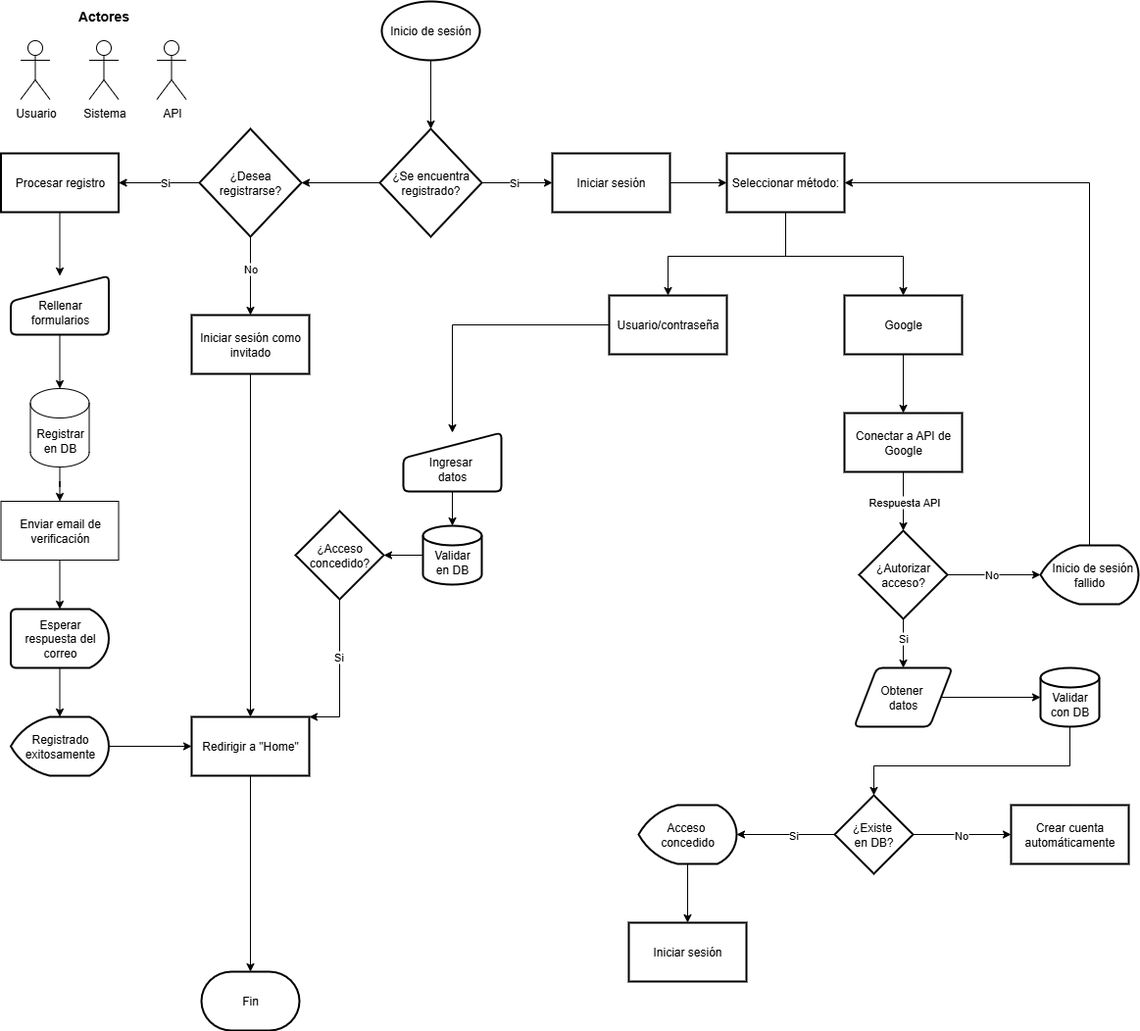
Earlier version of the draw.io export Flujograma de registro e inicio de sesión.png (DjGuetta/App-Hotel-Management). Source tidied: cells renumbered, new cells last; positions are measured from the earlier drawing's top-left corner, leaving out a move shared by most shapes.
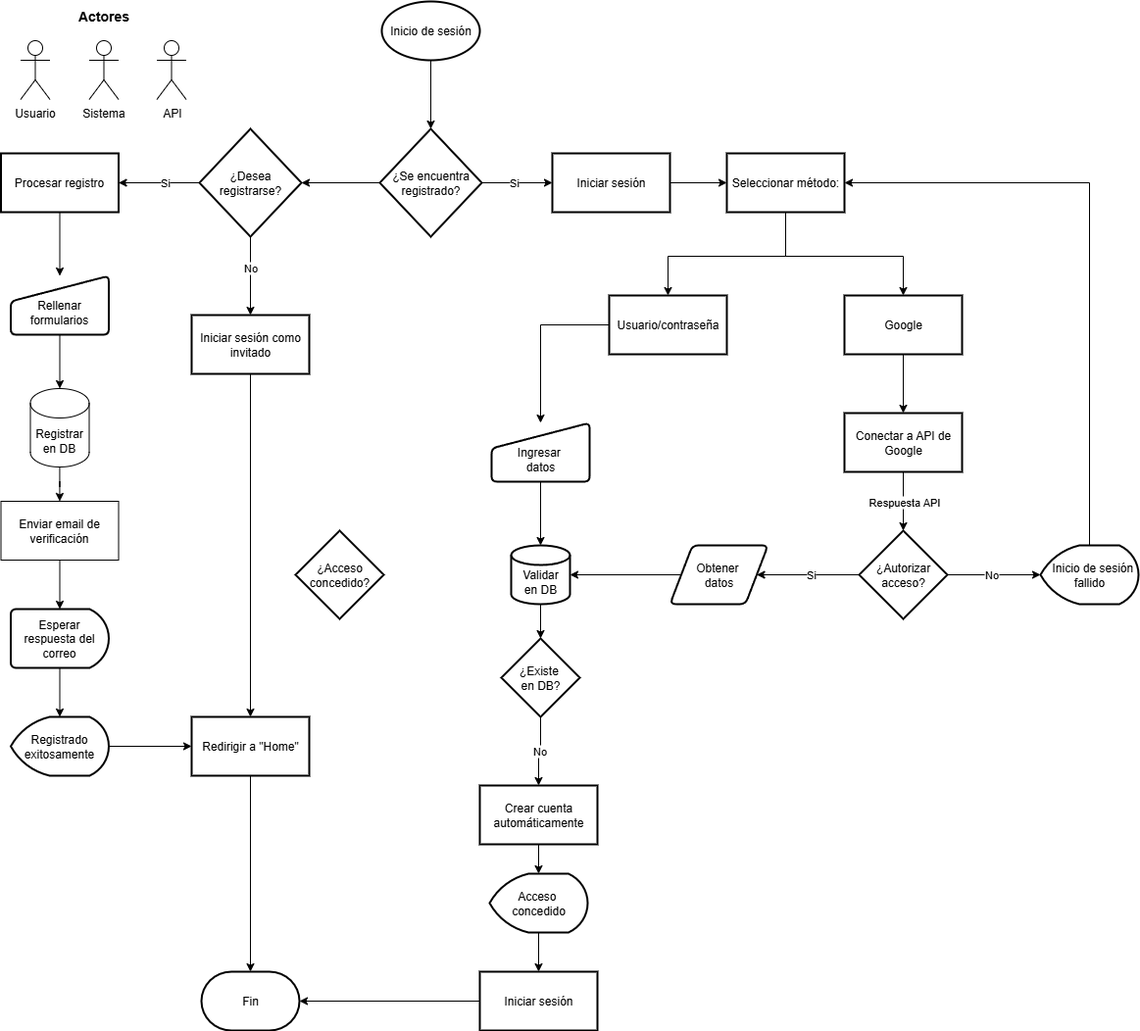
Above is the later version.

Change to the diagram source:
```diff
@@ -93,7 +93,7 @@
     </mxCell>
     <mxCell id="27" value="Si" style="edgeLabel;html=1;align=center;verticalAlign=middle;" parent="26" vertex="1">
       <mxGeometry x="-0.36" y="-1" relative="1" as="geometry">
-        <mxPoint y="3" as="offset" />
+        <mxPoint x="-17" as="offset" />
       </mxGeometry>
     </mxCell>
     <mxCell id="28" value="¿Autorizar acceso?" style="rhombus;whiteSpace=wrap;html=1;strokeWidth=2;" parent="1" vertex="1">
@@ -105,42 +105,25 @@
     <mxCell id="30" value="&amp;nbsp; Inicio de sesión fallido" style="strokeWidth=2;html=1;shape=mxgraph.flowchart.display;whiteSpace=wrap;" parent="1" vertex="1">
       <mxGeometry x="1060" y="555" width="100" height="60" as="geometry" />
     </mxCell>
-    <mxCell id="31" style="edgeStyle=orthogonalEdgeStyle;rounded=0;jettySize=auto;html=1;" parent="1" edge="1" source="32" target="34">
-      <mxGeometry relative="1" as="geometry" />
-    </mxCell>
     <mxCell id="32" value="Obtener&amp;nbsp;&lt;div&gt;datos&lt;/div&gt;" style="shape=parallelogram;html=1;strokeWidth=2;perimeter=parallelogramPerimeter;whiteSpace=wrap;rounded=1;arcSize=12;size=0.23;" parent="1" vertex="1">
-      <mxGeometry x="870" y="680" width="100" height="60" as="geometry" />
+      <mxGeometry x="682" y="555" width="100" height="60" as="geometry" />
     </mxCell>
-    <mxCell id="33" style="edgeStyle=orthogonalEdgeStyle;rounded=0;jettySize=auto;html=1;" parent="1" edge="1" source="34" target="39">
-      <mxGeometry relative="1" as="geometry">
-        <Array as="points">
-          <mxPoint x="1090" y="780" />
-          <mxPoint x="890" y="780" />
-        </Array>
-      </mxGeometry>
-    </mxCell>
-    <mxCell id="34" value="&lt;div&gt;&lt;br&gt;&lt;/div&gt;Validar con DB" style="strokeWidth=2;html=1;shape=mxgraph.flowchart.database;whiteSpace=wrap;" parent="1" vertex="1">
-      <mxGeometry x="1060" y="680" width="60" height="60" as="geometry" />
-    </mxCell>
     <mxCell id="35" style="edgeStyle=orthogonalEdgeStyle;rounded=0;jettySize=auto;html=1;" parent="1" edge="1" source="39" target="40">
       <mxGeometry relative="1" as="geometry" />
     </mxCell>
     <mxCell id="36" value="No" style="edgeLabel;html=1;align=center;verticalAlign=middle;" parent="35" vertex="1">
-      <mxGeometry x="-0.03" relative="1" as="geometry" />
+      <mxGeometry x="-0.03" relative="1" as="geometry">
+        <mxPoint x="-2" as="offset" />
+      </mxGeometry>
     </mxCell>
-    <mxCell id="37" style="edgeStyle=orthogonalEdgeStyle;rounded=0;jettySize=auto;html=1;" parent="1" edge="1" source="39" target="46">
-      <mxGeometry relative="1" as="geometry" />
-    </mxCell>
-    <mxCell id="38" value="Si" style="edgeLabel;html=1;align=center;verticalAlign=middle;" parent="37" vertex="1">
-      <mxGeometry x="-0.23" relative="1" as="geometry">
-        <mxPoint x="-4" as="offset" />
-      </mxGeometry>
-    </mxCell>
     <mxCell id="39" value="¿Existe&amp;nbsp;&lt;div&gt;e&lt;span style=&quot;background-color: transparent; color: light-dark(rgb(0, 0, 0), rgb(255, 255, 255));&quot;&gt;n DB?&lt;/span&gt;&lt;/div&gt;" style="rhombus;whiteSpace=wrap;html=1;strokeWidth=2;" parent="1" vertex="1">
-      <mxGeometry x="850" y="810" width="80" height="80" as="geometry" />
+      <mxGeometry x="510" y="650" width="80" height="80" as="geometry" />
     </mxCell>
+    <mxCell id="73" style="edgeStyle=orthogonalEdgeStyle;rounded=0;jettySize=auto;html=1;" parent="1" edge="1" source="40" target="46">
+      <mxGeometry relative="1" as="geometry" />
+    </mxCell>
     <mxCell id="40" value="Crear cuenta automáticamente" style="whiteSpace=wrap;html=1;strokeWidth=2;" parent="1" vertex="1">
-      <mxGeometry x="1030" y="820" width="120" height="60" as="geometry" />
+      <mxGeometry x="488" y="800" width="120" height="60" as="geometry" />
     </mxCell>
     <mxCell id="41" style="edgeStyle=orthogonalEdgeStyle;rounded=0;jettySize=auto;html=1;" parent="1" edge="1" source="42" target="43">
       <mxGeometry relative="1" as="geometry" />
@@ -152,13 +135,13 @@
       <mxGeometry x="204" y="990" width="100" height="60" as="geometry" />
     </mxCell>
     <mxCell id="44" value="Iniciar sesión" style="whiteSpace=wrap;html=1;strokeWidth=2;" parent="1" vertex="1">
-      <mxGeometry x="640" y="940" width="120" height="60" as="geometry" />
+      <mxGeometry x="488" y="990" width="120" height="60" as="geometry" />
     </mxCell>
     <mxCell id="45" style="edgeStyle=orthogonalEdgeStyle;rounded=0;jettySize=auto;html=1;" parent="1" edge="1" source="46" target="44">
       <mxGeometry relative="1" as="geometry" />
     </mxCell>
     <mxCell id="46" value="Acceso&amp;nbsp;&lt;div&gt;concedido&lt;/div&gt;" style="strokeWidth=2;html=1;shape=mxgraph.flowchart.display;whiteSpace=wrap;" parent="1" vertex="1">
-      <mxGeometry x="650" y="820" width="100" height="60" as="geometry" />
+      <mxGeometry x="498" y="890" width="100" height="60" as="geometry" />
     </mxCell>
     <mxCell id="47" style="edgeStyle=orthogonalEdgeStyle;rounded=0;jettySize=auto;html=1;" parent="1" edge="1" source="48" target="59">
       <mxGeometry relative="1" as="geometry" />
@@ -170,28 +153,16 @@
       <mxGeometry relative="1" as="geometry" />
     </mxCell>
     <mxCell id="50" value="&lt;div&gt;&lt;br&gt;&lt;/div&gt;Ingresar&amp;nbsp;&lt;div&gt;datos&lt;/div&gt;" style="html=1;strokeWidth=2;shape=manualInput;whiteSpace=wrap;rounded=1;size=26;arcSize=11;direction=east;" parent="1" vertex="1">
-      <mxGeometry x="410" y="440" width="100" height="60" as="geometry" />
+      <mxGeometry x="500" y="430" width="100" height="60" as="geometry" />
     </mxCell>
-    <mxCell id="51" style="edgeStyle=orthogonalEdgeStyle;rounded=0;jettySize=auto;html=1;" parent="1" edge="1" source="52" target="55">
-      <mxGeometry relative="1" as="geometry" />
-    </mxCell>
+    <mxCell id="74" style="edgeStyle=orthogonalEdgeStyle;rounded=0;jettySize=auto;html=1;" parent="1" edge="1" source="52" target="39">
+      <mxGeometry relative="1" as="geometry" />
+    </mxCell>
     <mxCell id="52" value="&lt;div&gt;&lt;br&gt;&lt;/div&gt;Validar&lt;div&gt;en DB&lt;/div&gt;" style="strokeWidth=2;html=1;shape=mxgraph.flowchart.database;whiteSpace=wrap;" parent="1" vertex="1">
-      <mxGeometry x="430" y="535" width="60" height="60" as="geometry" />
+      <mxGeometry x="520" y="555" width="60" height="60" as="geometry" />
     </mxCell>
-    <mxCell id="53" style="edgeStyle=orthogonalEdgeStyle;rounded=0;jettySize=auto;html=1;exitX=0.5;exitY=1;exitDx=0;exitDy=0;entryX=1;entryY=0;entryDx=0;entryDy=0;" parent="1" edge="1" source="55" target="42">
-      <mxGeometry relative="1" as="geometry">
-        <Array as="points">
-          <mxPoint x="345" y="730" />
-        </Array>
-      </mxGeometry>
-    </mxCell>
-    <mxCell id="54" value="Si" style="edgeLabel;html=1;align=center;verticalAlign=middle;" parent="53" vertex="1">
-      <mxGeometry x="-0.22" relative="1" as="geometry">
-        <mxPoint x="-2" y="-1" as="offset" />
-      </mxGeometry>
-    </mxCell>
     <mxCell id="55" value="¿Acceso concedido?" style="rhombus;whiteSpace=wrap;html=1;strokeWidth=2;fontStyle=0;" parent="1" vertex="1">
-      <mxGeometry x="300" y="520" width="90" height="90" as="geometry" />
+      <mxGeometry x="300" y="540" width="90" height="90" as="geometry" />
     </mxCell>
     <mxCell id="56" style="edgeStyle=orthogonalEdgeStyle;rounded=0;jettySize=auto;html=1;" parent="1" edge="1" source="57" target="48">
       <mxGeometry relative="1" as="geometry" />
@@ -244,5 +215,11 @@
     <mxCell id="72" value="Iniciar sesión como invitado" style="whiteSpace=wrap;html=1;strokeWidth=2;" parent="1" vertex="1">
       <mxGeometry x="194" y="320" width="120" height="60" as="geometry" />
     </mxCell>
+    <mxCell id="75" style="edgeStyle=orthogonalEdgeStyle;rounded=0;jettySize=auto;html=1;exitX=0;exitY=0.5;exitDx=0;exitDy=0;entryX=1;entryY=0.5;entryDx=0;entryDy=0;entryPerimeter=0;" parent="1" edge="1" source="32" target="52">
+      <mxGeometry relative="1" as="geometry" />
+    </mxCell>
+    <mxCell id="76" style="edgeStyle=orthogonalEdgeStyle;rounded=0;jettySize=auto;html=1;exitX=0;exitY=0.5;exitDx=0;exitDy=0;entryX=1;entryY=0.5;entryDx=0;entryDy=0;entryPerimeter=0;" parent="1" edge="1" source="44" target="43">
+      <mxGeometry relative="1" as="geometry" />
+    </mxCell>
   </root>
 </mxGraphModel>
```
